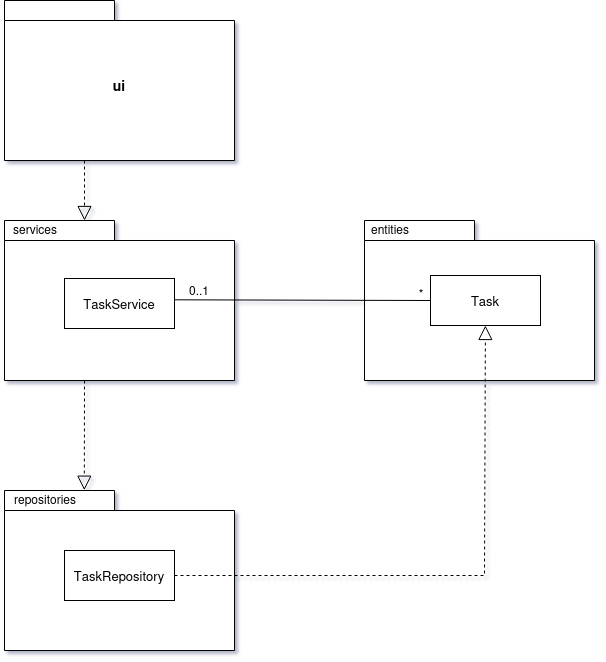
Above: dokumentaatio/kuvat/pakkauskaavio_arkkitehtuuri_luokilla.png in eesalor/ot-harjoitustyo (draw.io), before the change. Source tidied: cells renumbered, new cells last; positions are measured from the earlier drawing's top-left corner, leaving out a move shared by most shapes.
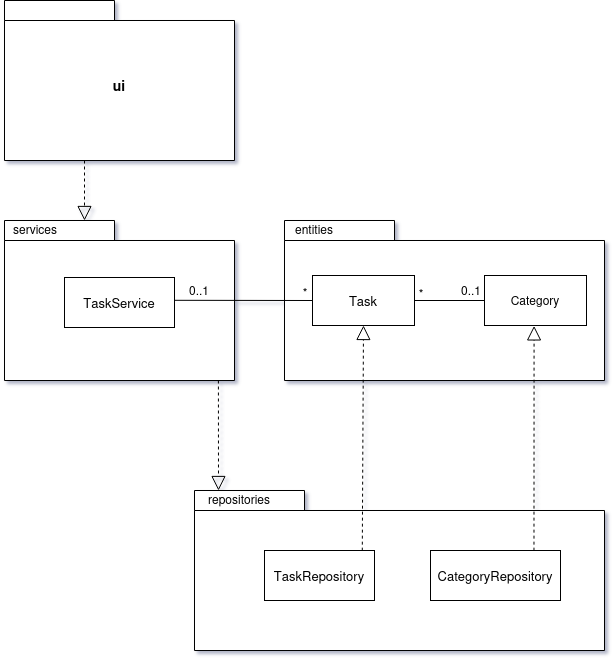
Later version of the same file.

Commit message:
Update package diagram: Add Category and CategoryRepository

The edit, as a diff of the source:
```diff
@@ -9,10 +9,10 @@
       <mxGeometry x="4" y="220" width="230" height="160" as="geometry" />
     </mxCell>
     <mxCell id="4" style="shape=folder;fontStyle=1;spacingTop=10;tabWidth=110;tabHeight=20;tabPosition=left;html=1;whiteSpace=wrap;fixedWidth=0;" parent="1" vertex="1">
-      <mxGeometry x="364" y="220" width="230" height="160" as="geometry" />
+      <mxGeometry x="284" y="220" width="320" height="160" as="geometry" />
     </mxCell>
     <mxCell id="5" style="shape=folder;fontStyle=1;spacingTop=10;tabWidth=110;tabHeight=20;tabPosition=left;html=1;whiteSpace=wrap;fixedWidth=0;" parent="1" vertex="1">
-      <mxGeometry x="4" y="490" width="230" height="160" as="geometry" />
+      <mxGeometry x="194" y="490" width="410" height="160" as="geometry" />
     </mxCell>
     <mxCell id="6" style="endArrow=block;dashed=1;endFill=0;endSize=12;html=1;rounded=0;" parent="1" edge="1">
       <mxGeometry relative="1" as="geometry">
@@ -20,44 +20,58 @@
         <mxPoint x="84" y="220" as="targetPoint" />
       </mxGeometry>
     </mxCell>
-    <mxCell id="7" style="endArrow=block;dashed=1;endFill=0;endSize=12;html=1;rounded=0;entryX=0.347;entryY=-0.002;entryDx=0;entryDy=0;entryPerimeter=0;" parent="1" edge="1" target="5">
+    <mxCell id="7" style="endArrow=block;dashed=1;endFill=0;endSize=12;html=1;rounded=0;exitX=0.93;exitY=1;exitDx=0;exitDy=0;exitPerimeter=0;" parent="1" edge="1" source="3">
       <mxGeometry relative="1" as="geometry">
-        <mxPoint x="84" y="380" as="sourcePoint" />
+        <mxPoint x="218" y="490" as="targetPoint" />
       </mxGeometry>
     </mxCell>
-    <mxCell id="8" style="endArrow=block;dashed=1;endFill=0;endSize=12;html=1;rounded=0;" parent="1" edge="1" source="10" target="11">
-      <mxGeometry relative="1" as="geometry">
-        <Array as="points">
-          <mxPoint x="484" y="575" />
-        </Array>
-      </mxGeometry>
-    </mxCell>
     <mxCell id="9" value="&lt;font style=&quot;font-size: 13px;&quot;&gt;TaskService&lt;/font&gt;" style="html=1;whiteSpace=wrap;" parent="1" vertex="1">
-      <mxGeometry x="64" y="278" width="110" height="50" as="geometry" />
+      <mxGeometry x="64" y="277" width="110" height="50" as="geometry" />
     </mxCell>
     <mxCell id="10" value="&lt;font style=&quot;font-size: 13px;&quot;&gt;TaskRepository&lt;/font&gt;" style="html=1;whiteSpace=wrap;" parent="1" vertex="1">
-      <mxGeometry x="64" y="550" width="110" height="50" as="geometry" />
+      <mxGeometry x="264" y="550" width="110" height="50" as="geometry" />
     </mxCell>
     <mxCell id="11" value="&lt;font style=&quot;font-size: 13px;&quot;&gt;Task&lt;/font&gt;" style="html=1;whiteSpace=wrap;" parent="1" vertex="1">
-      <mxGeometry x="430" y="275" width="110" height="50" as="geometry" />
+      <mxGeometry x="312" y="275" width="102" height="50" as="geometry" />
     </mxCell>
-    <mxCell id="12" style="endArrow=none;html=1;rounded=0;exitX=1.001;exitY=0.426;exitDx=0;exitDy=0;exitPerimeter=0;entryX=0;entryY=0.5;entryDx=0;entryDy=0;" parent="1" edge="1" source="9" target="11">
+    <mxCell id="12" style="endArrow=none;html=1;rounded=0;exitX=0.997;exitY=0.456;exitDx=0;exitDy=0;entryX=0;entryY=0.5;entryDx=0;entryDy=0;exitPerimeter=0;" parent="1" edge="1" source="9" target="11">
       <mxGeometry relative="1" as="geometry" />
     </mxCell>
     <mxCell id="13" value="services" style="text;html=1;whiteSpace=wrap;strokeColor=none;fillColor=none;align=center;verticalAlign=middle;rounded=0;" parent="1" vertex="1">
       <mxGeometry y="214" width="70" height="30" as="geometry" />
     </mxCell>
     <mxCell id="14" value="repositories" style="text;html=1;whiteSpace=wrap;strokeColor=none;fillColor=none;align=center;verticalAlign=middle;rounded=0;" parent="1" vertex="1">
-      <mxGeometry y="484" width="90" height="30" as="geometry" />
+      <mxGeometry x="194" y="484" width="90" height="30" as="geometry" />
     </mxCell>
     <mxCell id="15" value="entities" style="text;html=1;whiteSpace=wrap;strokeColor=none;fillColor=none;align=center;verticalAlign=middle;rounded=0;" parent="1" vertex="1">
-      <mxGeometry x="360" y="214" width="60" height="30" as="geometry" />
+      <mxGeometry x="284" y="214" width="60" height="30" as="geometry" />
     </mxCell>
     <mxCell id="16" value="*" style="text;html=1;whiteSpace=wrap;strokeColor=none;fillColor=none;align=center;verticalAlign=middle;rounded=0;" parent="1" vertex="1">
-      <mxGeometry x="406" y="278" width="30" height="30" as="geometry" />
+      <mxGeometry x="290" y="277" width="30" height="30" as="geometry" />
     </mxCell>
     <mxCell id="17" value="0..1" style="text;html=1;whiteSpace=wrap;strokeColor=none;fillColor=none;align=center;verticalAlign=middle;rounded=0;" parent="1" vertex="1">
       <mxGeometry x="179" y="275" width="40" height="30" as="geometry" />
     </mxCell>
+    <mxCell id="18" value="&lt;font style=&quot;font-size: 13px;&quot;&gt;CategoryRepository&lt;/font&gt;" style="html=1;whiteSpace=wrap;" parent="1" vertex="1">
+      <mxGeometry x="430" y="550" width="130" height="50" as="geometry" />
+    </mxCell>
+    <mxCell id="19" style="endArrow=none;html=1;rounded=0;exitX=1;exitY=0.5;exitDx=0;exitDy=0;entryX=0;entryY=0.5;entryDx=0;entryDy=0;" parent="1" edge="1" source="11" target="20">
+      <mxGeometry relative="1" as="geometry" />
+    </mxCell>
+    <mxCell id="20" value="Category" style="html=1;whiteSpace=wrap;" parent="1" vertex="1">
+      <mxGeometry x="484" y="275" width="102" height="50" as="geometry" />
+    </mxCell>
+    <mxCell id="21" value="*" style="text;html=1;whiteSpace=wrap;strokeColor=none;fillColor=none;align=center;verticalAlign=middle;rounded=0;" parent="1" vertex="1">
+      <mxGeometry x="406" y="278" width="30" height="30" as="geometry" />
+    </mxCell>
+    <mxCell id="22" value="0..1" style="text;html=1;whiteSpace=wrap;strokeColor=none;fillColor=none;align=center;verticalAlign=middle;rounded=0;" parent="1" vertex="1">
+      <mxGeometry x="451" y="275" width="40" height="30" as="geometry" />
+    </mxCell>
+    <mxCell id="8" style="endArrow=block;dashed=1;endFill=0;endSize=12;html=1;rounded=0;exitX=0.889;exitY=0.003;exitDx=0;exitDy=0;exitPerimeter=0;entryX=0.5;entryY=1;entryDx=0;entryDy=0;" parent="1" edge="1" source="10" target="11">
+      <mxGeometry relative="1" as="geometry" />
+    </mxCell>
+    <mxCell id="23" style="endArrow=block;dashed=1;endFill=0;endSize=12;html=1;rounded=0;exitX=0.796;exitY=0.003;exitDx=0;exitDy=0;exitPerimeter=0;entryX=0.486;entryY=1.008;entryDx=0;entryDy=0;entryPerimeter=0;" parent="1" edge="1" source="18" target="20">
+      <mxGeometry relative="1" as="geometry" />
+    </mxCell>
   </root>
 </mxGraphModel>
```
